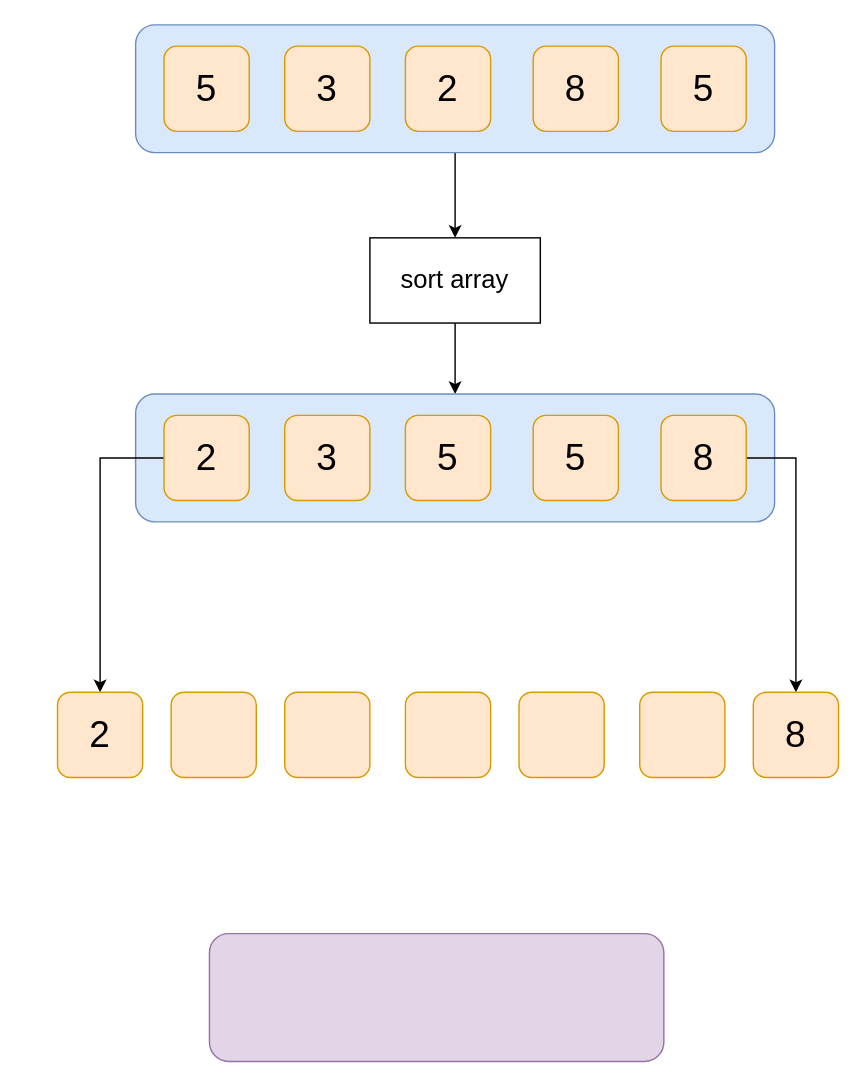
This is missingNumbers/missingNumbers2.drawio from islamCodehood/coding-interview-qs, a draw.io file, before an edit. Source tidied: cells renumbered, new cells numbered last; positions are measured from the earlier drawing's top-left corner, leaving out a move shared by most shapes. Both pictures are drawn from the tidied source at 142%, with x=0, y=0 at pixel (57, 24).
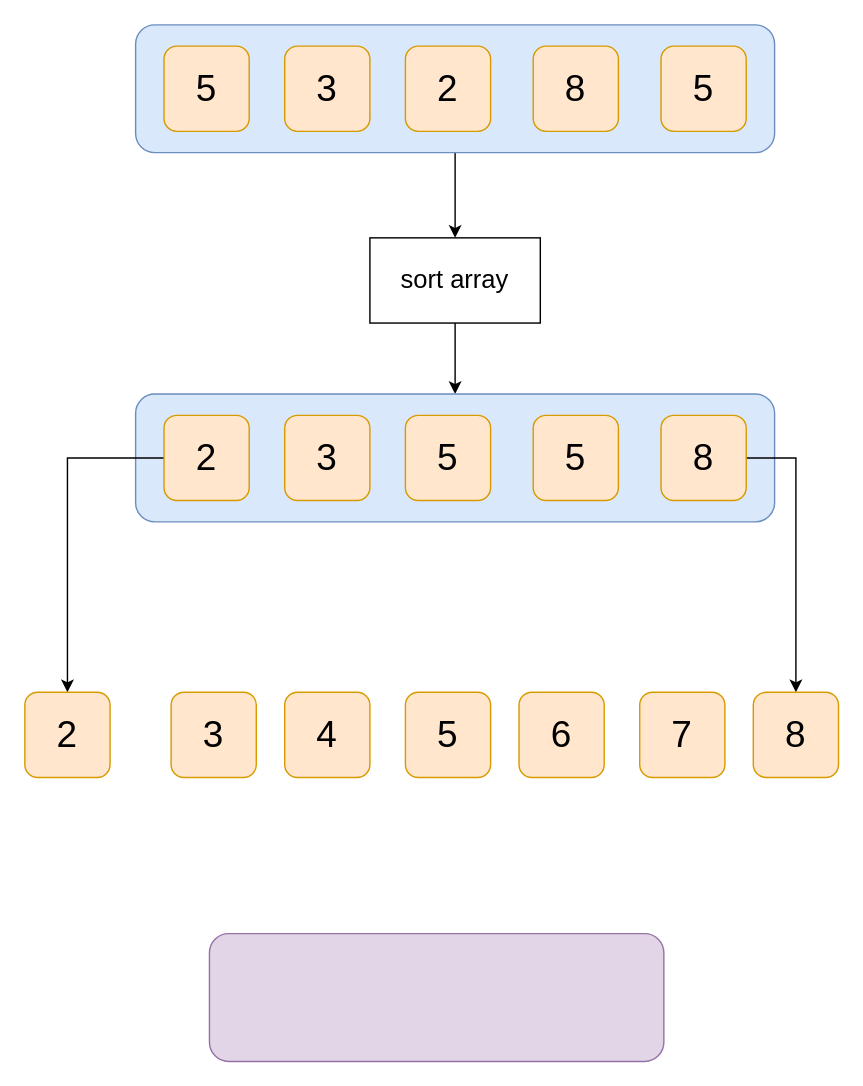
The same diagram, later.

The edit, as a diff of the source:
```diff
@@
     <mxCell id="20" value="2" style="rounded=1;whiteSpace=wrap;html=1;fillColor=#ffe6cc;strokeColor=#d79b00;fontSize=26;" parent="1" vertex="1">
-      <mxGeometry y="470" width="60" height="60" as="geometry" />
+      <mxGeometry x="-23" y="470" width="60" height="60" as="geometry" />
     </mxCell>
-    <mxCell id="21" style="rounded=1;whiteSpace=wrap;html=1;fillColor=#ffe6cc;strokeColor=#d79b00;fontSize=26;" parent="1" vertex="1">
+    <mxCell id="21" value="3" style="rounded=1;whiteSpace=wrap;html=1;fillColor=#ffe6cc;strokeColor=#d79b00;fontSize=26;" parent="1" vertex="1">
       <mxGeometry x="80" y="470" width="60" height="60" as="geometry" />
     </mxCell>
-    <mxCell id="22" style="rounded=1;whiteSpace=wrap;html=1;fillColor=#ffe6cc;strokeColor=#d79b00;fontSize=26;" parent="1" vertex="1">
+    <mxCell id="22" value="4" style="rounded=1;whiteSpace=wrap;html=1;fillColor=#ffe6cc;strokeColor=#d79b00;fontSize=26;" parent="1" vertex="1">
       <mxGeometry x="160" y="470" width="60" height="60" as="geometry" />
     </mxCell>
-    <mxCell id="23" style="rounded=1;whiteSpace=wrap;html=1;fillColor=#ffe6cc;strokeColor=#d79b00;fontSize=26;" parent="1" vertex="1">
+    <mxCell id="23" value="5" style="rounded=1;whiteSpace=wrap;html=1;fillColor=#ffe6cc;strokeColor=#d79b00;fontSize=26;" parent="1" vertex="1">
       <mxGeometry x="245" y="470" width="60" height="60" as="geometry" />
     </mxCell>
-    <mxCell id="24" style="rounded=1;whiteSpace=wrap;html=1;fillColor=#ffe6cc;strokeColor=#d79b00;fontSize=26;" parent="1" vertex="1">
+    <mxCell id="24" value="6" style="rounded=1;whiteSpace=wrap;html=1;fillColor=#ffe6cc;strokeColor=#d79b00;fontSize=26;" parent="1" vertex="1">
       <mxGeometry x="325" y="470" width="60" height="60" as="geometry" />
     </mxCell>
-    <mxCell id="25" style="rounded=1;whiteSpace=wrap;html=1;fillColor=#ffe6cc;strokeColor=#d79b00;fontSize=26;" parent="1" vertex="1">
+    <mxCell id="25" value="7" style="rounded=1;whiteSpace=wrap;html=1;fillColor=#ffe6cc;strokeColor=#d79b00;fontSize=26;" parent="1" vertex="1">
       <mxGeometry x="410" y="470" width="60" height="60" as="geometry" />
     </mxCell>
```
